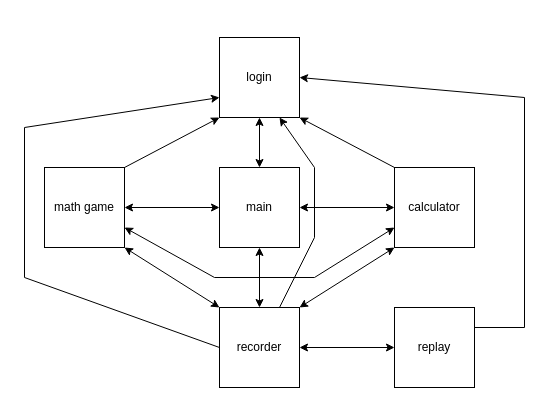
Earlier version of the draw.io diagram Layout.drawio (Maxwellfarray/DataMan_forClass). Source tidied: cells renumbered, new cells numbered last; positions are measured from the earlier drawing's top-left corner, leaving out a move shared by most shapes. Both pictures are drawn from the tidied source at 100%, with x=0, y=0 at pixel (24, 37).
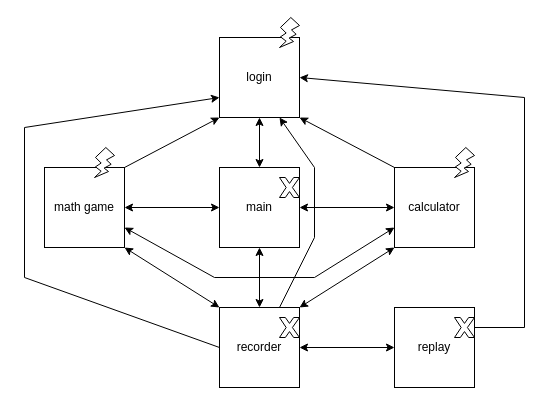
After the change.

Diff of the diagram source:
```diff
@@
+    <mxCell id="21" style="verticalLabelPosition=bottom;verticalAlign=top;html=1;shape=mxgraph.basic.x;" parent="1" vertex="1">
+      <mxGeometry x="255" y="140" width="20" height="20" as="geometry" />
+    </mxCell>
+    <mxCell id="22" style="verticalLabelPosition=bottom;verticalAlign=top;html=1;shape=mxgraph.basic.x;" parent="1" vertex="1">
+      <mxGeometry x="255" y="280" width="20" height="20" as="geometry" />
+    </mxCell>
+    <mxCell id="23" style="verticalLabelPosition=bottom;verticalAlign=top;html=1;shape=mxgraph.basic.x;" parent="1" vertex="1">
+      <mxGeometry x="430" y="280" width="20" height="20" as="geometry" />
+    </mxCell>
+    <mxCell id="24" style="verticalLabelPosition=bottom;verticalAlign=top;html=1;shape=mxgraph.basic.flash;" parent="1" vertex="1">
+      <mxGeometry x="430" y="110" width="20" height="30" as="geometry" />
+    </mxCell>
+    <mxCell id="25" style="verticalLabelPosition=bottom;verticalAlign=top;html=1;shape=mxgraph.basic.flash;" parent="1" vertex="1">
+      <mxGeometry x="255" y="-20" width="20" height="30" as="geometry" />
+    </mxCell>
+    <mxCell id="26" style="verticalLabelPosition=bottom;verticalAlign=top;html=1;shape=mxgraph.basic.flash;" parent="1" vertex="1">
+      <mxGeometry x="70" y="110" width="20" height="30" as="geometry" />
+    </mxCell>
```
